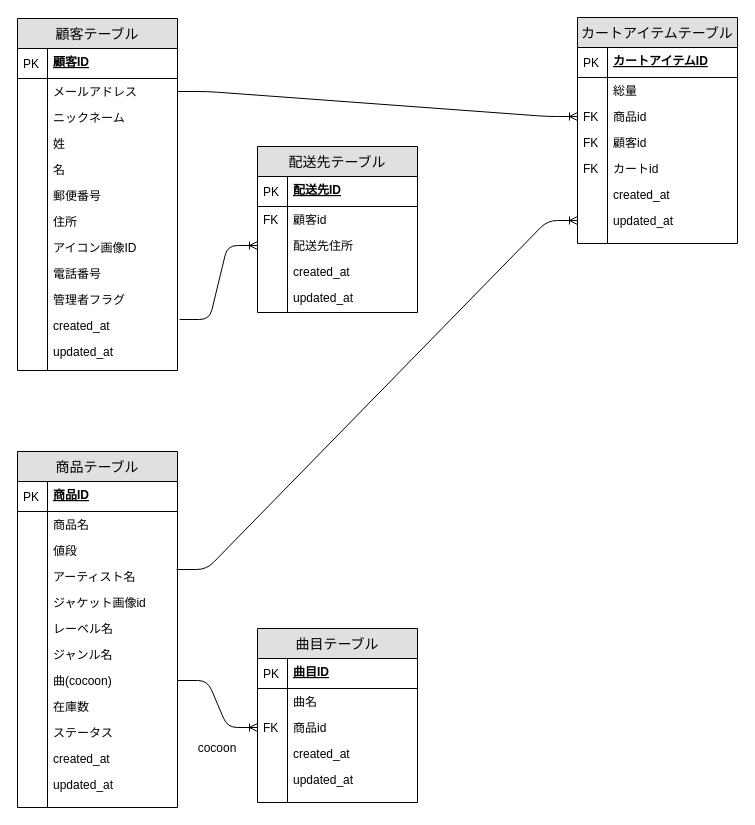
Earlier version of the draw.io diagram Design/ER図.drawio (saezurucrow/ec-site). Source tidied: cells renumbered, new cells numbered last; positions are measured from the earlier drawing's top-left corner, leaving out a move shared by most shapes. Both pictures are drawn from the tidied source at 100%, with x=0, y=0 at pixel (17, 17).
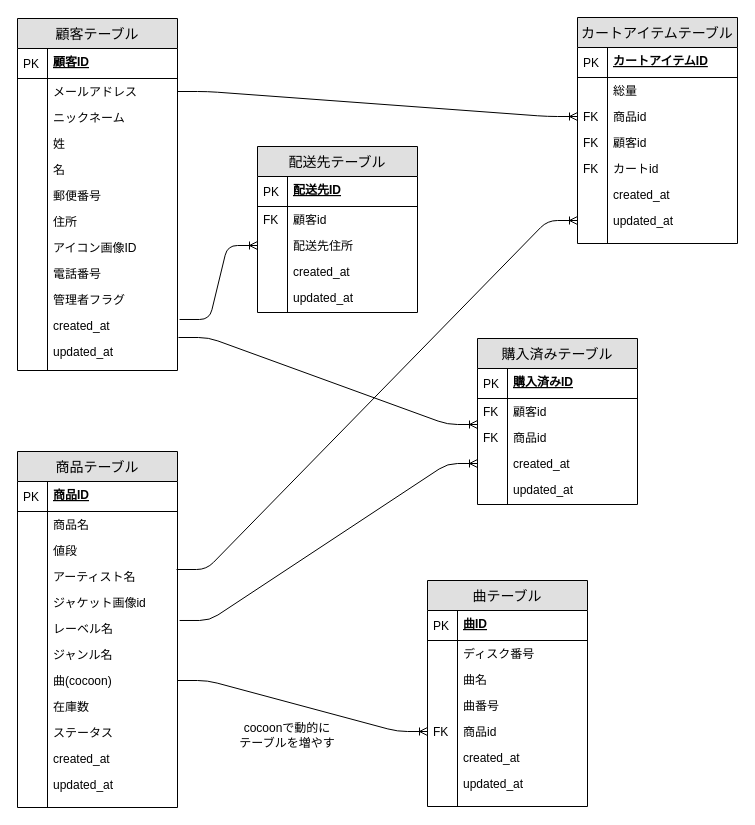
After the change.

Unchanged cells that the change refers to:
```xml
<mxCell id="25" value="updated_at" style="shape=partialRectangle;top=0;left=0;right=0;bottom=0;align=left;verticalAlign=top;fillColor=none;spacingLeft=34;spacingRight=4;overflow=hidden;points=[[0,0.5],[1,0.5]];portConstraint=eastwest;fontSize=12;" parent="2" vertex="1">
  <mxGeometry y="320" width="160" height="26" as="geometry" />
</mxCell>
<mxCell id="40" value="レーベル名" style="shape=partialRectangle;top=0;left=0;right=0;bottom=0;align=left;verticalAlign=top;fillColor=none;spacingLeft=34;spacingRight=4;overflow=hidden;points=[[0,0.5],[1,0.5]];portConstraint=eastwest;fontSize=12;" parent="29" vertex="1">
  <mxGeometry y="164" width="160" height="26" as="geometry" />
</mxCell>
```

What changed in the source:
```diff
@@
-    <mxCell id="56" value="曲目テーブル" style="swimlane;fontStyle=0;horizontal=1;startSize=30;fillColor=#e0e0e0;swimlaneFillColor=#ffffff;align=center;fontSize=14;" parent="1" vertex="1">
-      <mxGeometry x="240" y="611" width="160" height="174" as="geometry" />
+    <mxCell id="56" value="曲テーブル" style="swimlane;fontStyle=0;horizontal=1;startSize=30;fillColor=#e0e0e0;swimlaneFillColor=#ffffff;align=center;fontSize=14;" parent="1" vertex="1">
+      <mxGeometry x="410" y="563" width="160" height="226" as="geometry" />
     </mxCell>
-    <mxCell id="57" value="曲目ID&#10;" style="shape=partialRectangle;top=0;left=0;right=0;bottom=1;align=left;verticalAlign=top;fillColor=none;spacingLeft=34;spacingRight=4;overflow=hidden;fontStyle=5;fontSize=12;" parent="56" vertex="1">
+    <mxCell id="57" value="曲ID&#10;" style="shape=partialRectangle;top=0;left=0;right=0;bottom=1;align=left;verticalAlign=top;fillColor=none;spacingLeft=34;spacingRight=4;overflow=hidden;fontStyle=5;fontSize=12;" parent="56" vertex="1">
       <mxGeometry y="30" width="160" height="30" as="geometry" />
     </mxCell>
@@
+    <mxCell id="104" value="ディスク番号" style="shape=partialRectangle;top=0;left=0;right=0;bottom=0;align=left;verticalAlign=top;fillColor=none;spacingLeft=34;spacingRight=4;overflow=hidden;fontSize=12;" parent="56" vertex="1">
+      <mxGeometry y="60" width="160" height="26" as="geometry" />
+    </mxCell>
+    <mxCell id="105" style="shape=partialRectangle;top=0;left=0;bottom=0;fillColor=none;align=left;verticalAlign=top;spacingLeft=4;spacingRight=4;overflow=hidden;fontSize=12;" parent="104" vertex="1">
+      <mxGeometry width="30" height="26" as="geometry" />
+    </mxCell>
     <mxCell id="59" value="曲名" style="shape=partialRectangle;top=0;left=0;right=0;bottom=0;align=left;verticalAlign=top;fillColor=none;spacingLeft=34;spacingRight=4;overflow=hidden;fontSize=12;" parent="56" vertex="1">
-      <mxGeometry y="60" width="160" height="26" as="geometry" />
+      <mxGeometry y="86" width="160" height="26" as="geometry" />
     </mxCell>
@@
+    <mxCell id="106" value="曲番号&#10;&#10;" style="shape=partialRectangle;top=0;left=0;right=0;bottom=0;align=left;verticalAlign=top;fillColor=none;spacingLeft=34;spacingRight=4;overflow=hidden;fontSize=12;" parent="56" vertex="1">
+      <mxGeometry y="112" width="160" height="26" as="geometry" />
+    </mxCell>
+    <mxCell id="107" style="shape=partialRectangle;top=0;left=0;bottom=0;fillColor=none;align=left;verticalAlign=top;spacingLeft=4;spacingRight=4;overflow=hidden;fontSize=12;" parent="106" vertex="1">
+      <mxGeometry width="30" height="26" as="geometry" />
+    </mxCell>
     <mxCell id="61" value="商品id" style="shape=partialRectangle;top=0;left=0;right=0;bottom=0;align=left;verticalAlign=top;fillColor=none;spacingLeft=34;spacingRight=4;overflow=hidden;points=[[0,0.5],[1,0.5]];portConstraint=eastwest;fontSize=12;" parent="56" vertex="1">
-      <mxGeometry y="86" width="160" height="26" as="geometry" />
+      <mxGeometry y="138" width="160" height="26" as="geometry" />
     </mxCell>
@@
     <mxCell id="63" value="created_at" style="shape=partialRectangle;top=0;left=0;right=0;bottom=0;align=left;verticalAlign=top;fillColor=none;spacingLeft=34;spacingRight=4;overflow=hidden;fontSize=12;" parent="56" vertex="1">
-      <mxGeometry y="112" width="160" height="26" as="geometry" />
+      <mxGeometry y="164" width="160" height="26" as="geometry" />
     </mxCell>
@@
     <mxCell id="65" value="updated_at" style="shape=partialRectangle;top=0;left=0;right=0;bottom=0;align=left;verticalAlign=top;fillColor=none;spacingLeft=34;spacingRight=4;overflow=hidden;fontSize=12;" parent="56" vertex="1">
-      <mxGeometry y="138" width="160" height="26" as="geometry" />
+      <mxGeometry y="190" width="160" height="26" as="geometry" />
     </mxCell>
@@
     <mxCell id="67" style="shape=partialRectangle;top=0;left=0;right=0;bottom=0;align=left;verticalAlign=top;fillColor=none;spacingLeft=34;spacingRight=4;overflow=hidden;fontSize=12;" parent="56" vertex="1">
-      <mxGeometry y="164" width="160" height="10" as="geometry" />
+      <mxGeometry y="216" width="160" height="10" as="geometry" />
     </mxCell>
@@
-    <mxCell id="87" value="cocoon" style="text;html=1;strokeColor=none;fillColor=none;align=center;verticalAlign=middle;whiteSpace=wrap;rounded=0;" parent="1" vertex="1">
-      <mxGeometry x="180" y="721" width="40" height="20" as="geometry" />
+    <mxCell id="87" value="cocoonで動的にテーブルを増やす" style="text;html=1;strokeColor=none;fillColor=none;align=center;verticalAlign=middle;whiteSpace=wrap;rounded=0;" parent="1" vertex="1">
+      <mxGeometry x="220" y="708" width="100" height="20" as="geometry" />
     </mxCell>
@@
+    <mxCell id="108" value="購入済みテーブル" style="swimlane;fontStyle=0;horizontal=1;startSize=30;fillColor=#e0e0e0;swimlaneFillColor=#ffffff;align=center;fontSize=14;" parent="1" vertex="1">
+      <mxGeometry x="460" y="321" width="160" height="166" as="geometry" />
+    </mxCell>
+    <mxCell id="109" value="購入済みID&#10;" style="shape=partialRectangle;top=0;left=0;right=0;bottom=1;align=left;verticalAlign=top;fillColor=none;spacingLeft=34;spacingRight=4;overflow=hidden;fontStyle=5;fontSize=12;" parent="108" vertex="1">
+      <mxGeometry y="30" width="160" height="30" as="geometry" />
+    </mxCell>
+    <mxCell id="110" value="PK" style="shape=partialRectangle;top=0;left=0;bottom=0;fillColor=none;align=left;verticalAlign=middle;spacingLeft=4;spacingRight=4;overflow=hidden;fontSize=12;" parent="109" vertex="1">
+      <mxGeometry width="30" height="30" as="geometry" />
+    </mxCell>
+    <mxCell id="111" value="顧客id" style="shape=partialRectangle;top=0;left=0;right=0;bottom=0;align=left;verticalAlign=top;fillColor=none;spacingLeft=34;spacingRight=4;overflow=hidden;fontSize=12;" parent="108" vertex="1">
+      <mxGeometry y="60" width="160" height="26" as="geometry" />
+    </mxCell>
+    <mxCell id="112" value="FK&#10;&#10;" style="shape=partialRectangle;top=0;left=0;bottom=0;fillColor=none;align=left;verticalAlign=top;spacingLeft=4;spacingRight=4;overflow=hidden;fontSize=12;" parent="111" vertex="1">
+      <mxGeometry width="30" height="26" as="geometry" />
+    </mxCell>
+    <mxCell id="113" value="商品id" style="shape=partialRectangle;top=0;left=0;right=0;bottom=0;align=left;verticalAlign=top;fillColor=none;spacingLeft=34;spacingRight=4;overflow=hidden;fontSize=12;" parent="108" vertex="1">
+      <mxGeometry y="86" width="160" height="26" as="geometry" />
+    </mxCell>
+    <mxCell id="114" value="FK" style="shape=partialRectangle;top=0;left=0;bottom=0;fillColor=none;align=left;verticalAlign=top;spacingLeft=4;spacingRight=4;overflow=hidden;fontSize=12;" parent="113" vertex="1">
+      <mxGeometry width="30" height="26" as="geometry" />
+    </mxCell>
+    <mxCell id="115" value="created_at" style="shape=partialRectangle;top=0;left=0;right=0;bottom=0;align=left;verticalAlign=top;fillColor=none;spacingLeft=34;spacingRight=4;overflow=hidden;points=[[0,0.5],[1,0.5]];portConstraint=eastwest;fontSize=12;" parent="108" vertex="1">
+      <mxGeometry y="112" width="160" height="26" as="geometry" />
+    </mxCell>
+    <mxCell id="116" style="shape=partialRectangle;top=0;left=0;bottom=0;fillColor=none;align=left;verticalAlign=top;spacingLeft=4;spacingRight=4;overflow=hidden;fontSize=12;" parent="115" vertex="1">
+      <mxGeometry width="30" height="26" as="geometry" />
+    </mxCell>
+    <mxCell id="117" value="updated_at" style="shape=partialRectangle;top=0;left=0;right=0;bottom=0;align=left;verticalAlign=top;fillColor=none;spacingLeft=34;spacingRight=4;overflow=hidden;fontSize=12;" parent="108" vertex="1">
+      <mxGeometry y="138" width="160" height="26" as="geometry" />
+    </mxCell>
+    <mxCell id="118" style="shape=partialRectangle;top=0;left=0;bottom=0;fillColor=none;align=left;verticalAlign=top;spacingLeft=4;spacingRight=4;overflow=hidden;fontSize=12;" parent="117" vertex="1">
+      <mxGeometry width="30" height="26" as="geometry" />
+    </mxCell>
+    <mxCell id="119" style="shape=partialRectangle;top=0;left=0;right=0;bottom=0;align=left;verticalAlign=top;fillColor=none;spacingLeft=34;spacingRight=4;overflow=hidden;fontSize=12;" parent="108" vertex="1">
+      <mxGeometry y="164" width="160" height="2" as="geometry" />
+    </mxCell>
+    <mxCell id="120" style="shape=partialRectangle;top=0;left=0;bottom=0;fillColor=none;align=left;verticalAlign=top;spacingLeft=4;spacingRight=4;overflow=hidden;fontSize=12;" parent="119" vertex="1">
+      <mxGeometry width="30" height="2" as="geometry" />
+    </mxCell>
+    <mxCell id="121" style="edgeStyle=entityRelationEdgeStyle;fontSize=12;html=1;endArrow=ERoneToMany;entryX=0;entryY=0.5;entryDx=0;entryDy=0;exitX=1.013;exitY=0.192;exitDx=0;exitDy=0;exitPerimeter=0;" parent="1" edge="1" source="40" target="115">
+      <mxGeometry relative="1" as="geometry" />
+    </mxCell>
+    <mxCell id="122" style="edgeStyle=entityRelationEdgeStyle;fontSize=12;html=1;endArrow=ERoneToMany;exitX=1.006;exitY=-0.038;exitDx=0;exitDy=0;exitPerimeter=0;" parent="1" edge="1" source="25">
+      <mxGeometry relative="1" as="geometry">
+        <mxPoint x="460" y="407" as="targetPoint" />
+      </mxGeometry>
+    </mxCell>
```
